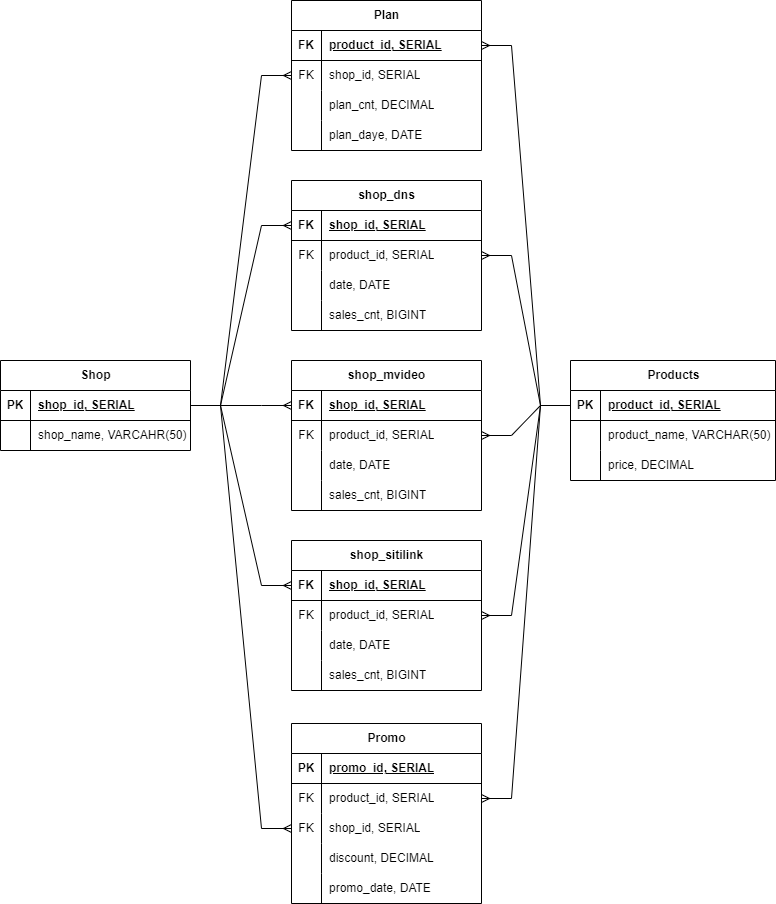
This is Struct/shop_database.png from lapisgame/Shop_dataBase_1T, a draw.io export, as it was before one commit. Source tidied: cells renumbered, new cells last; positions are measured from the earlier drawing's top-left corner, leaving out a move shared by most shapes.
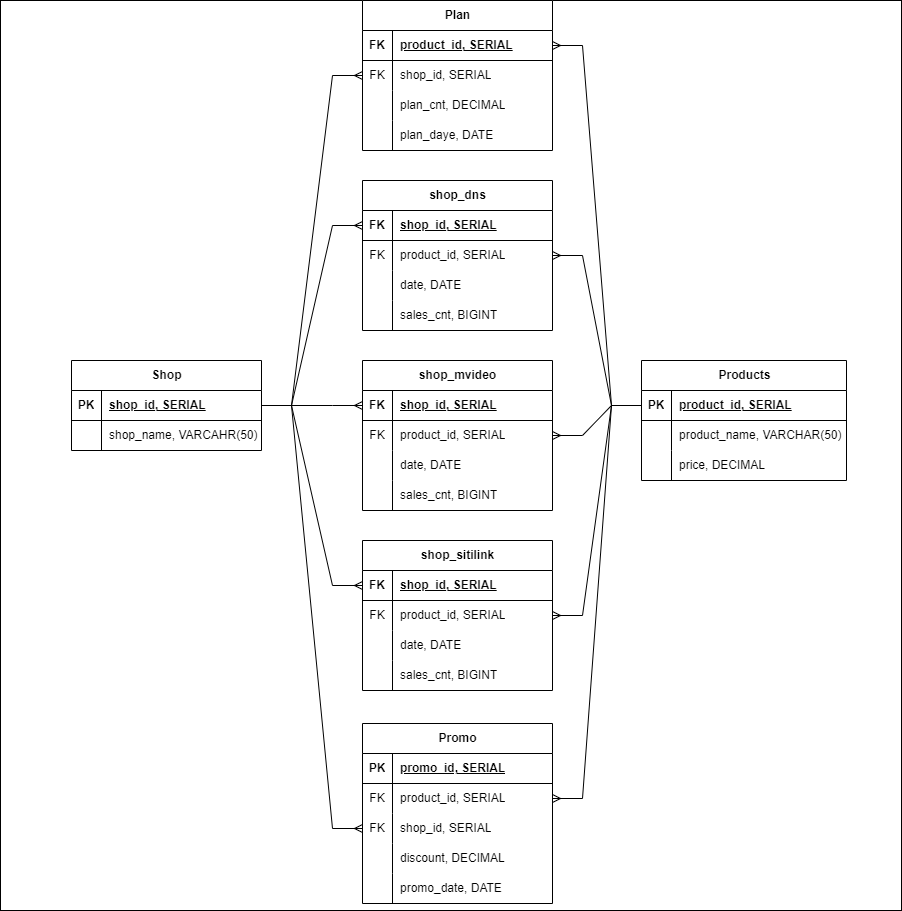
Above is the later version.

Commit message:
fix background struct picture

Change to the diagram source:
```diff
@@ -2,6 +2,9 @@
   <root>
     <mxCell id="0" />
     <mxCell id="1" parent="0" />
+    <mxCell id="97" style="rounded=0;whiteSpace=wrap;html=1;verticalAlign=middle;" parent="1" vertex="1">
+      <mxGeometry x="-71" width="901" height="910" as="geometry" />
+    </mxCell>
     <mxCell id="2" value="Plan" style="shape=table;startSize=30;rowLines=0;fontStyle=1;align=center;html=1;" parent="1" vertex="1">
       <mxGeometry x="291" width="190" height="150" as="geometry" />
     </mxCell>
```
